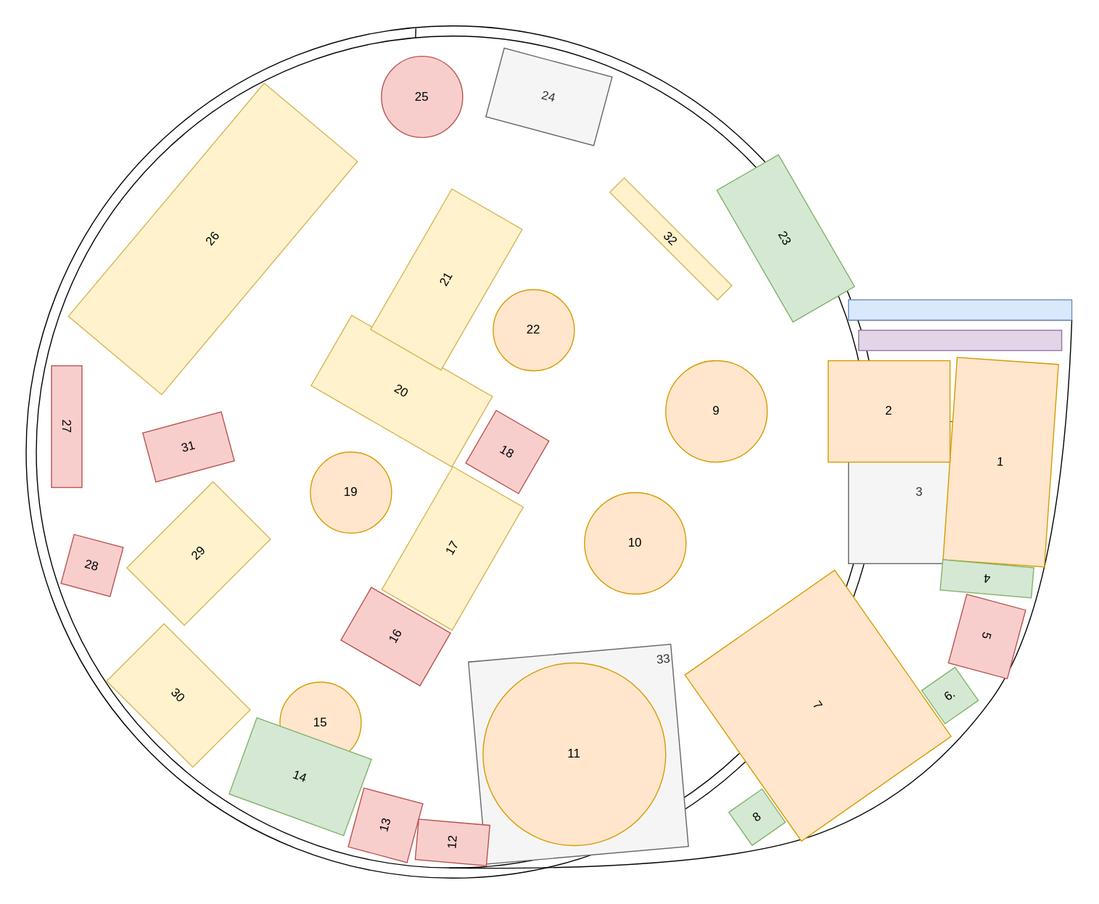
Earlier version of the draw.io export room/roomplan.svg (SamuelNoesslboeck/workshop). Source tidied: cells renumbered, new cells last; positions are measured from the earlier drawing's top-left corner, leaving out a move shared by most shapes.
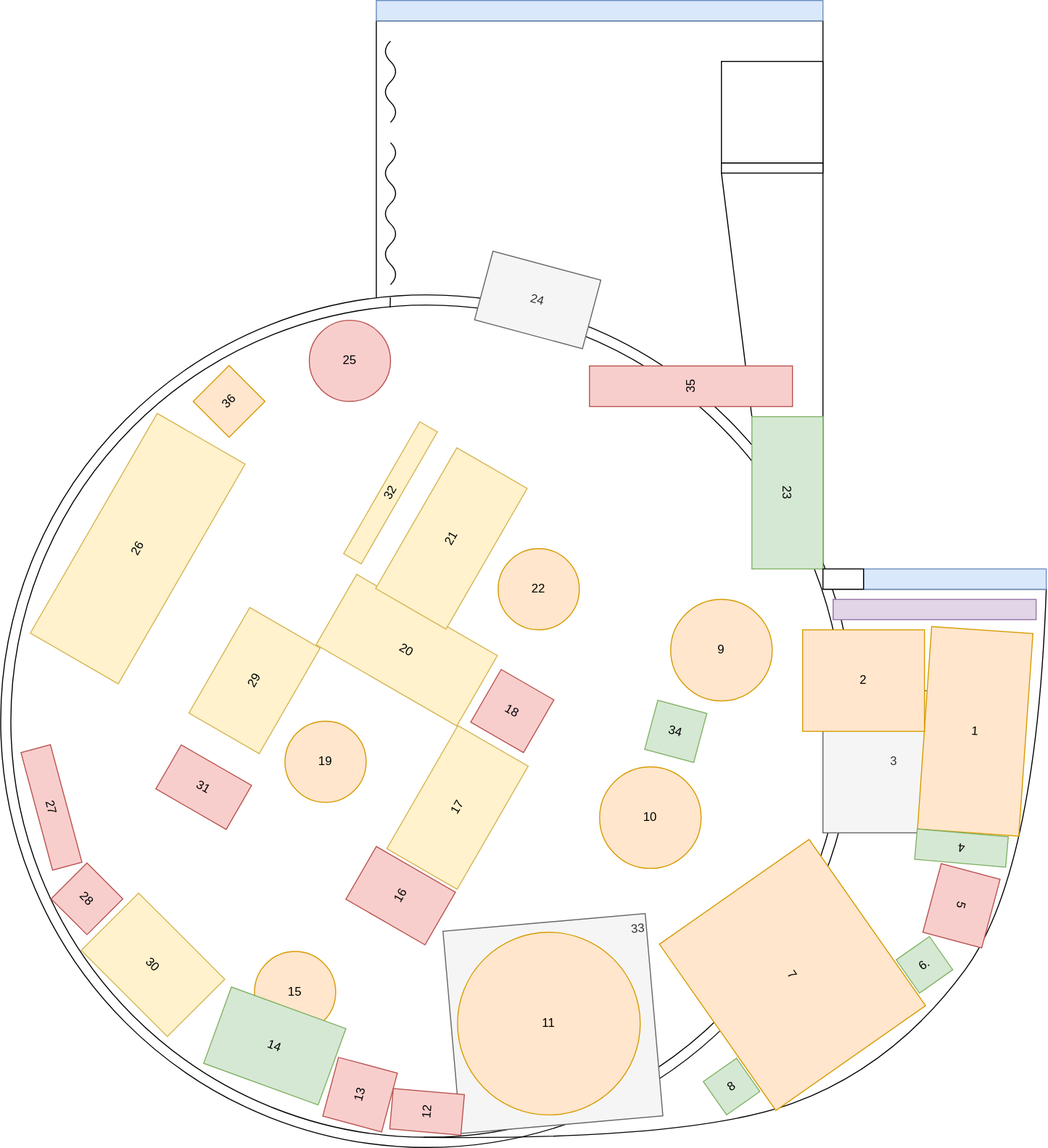
The same diagram one commit later.

Diff of the diagram source:
```diff
@@ -2,6 +2,12 @@
   <root>
     <mxCell id="0" />
     <mxCell id="1" parent="0" />
+    <mxCell id="42" style="rounded=0;whiteSpace=wrap;html=1;" parent="1" vertex="1">
+      <mxGeometry x="390" y="-270" width="440" height="560" as="geometry" />
+    </mxCell>
+    <mxCell id="43" style="endArrow=none;html=1;rounded=0;exitX=0;exitY=1;exitDx=0;exitDy=0;entryX=0;entryY=1;entryDx=0;entryDy=0;" parent="1" edge="1" source="12" target="46">
+      <mxGeometry relative="1" as="geometry" />
+    </mxCell>
     <mxCell id="2" style="ellipse;whiteSpace=wrap;html=1;" parent="1" vertex="1">
       <mxGeometry x="20" width="840" height="840" as="geometry" />
     </mxCell>
@@ -31,22 +37,22 @@
       </mxGeometry>
     </mxCell>
     <mxCell id="8" value="20" style="rounded=0;whiteSpace=wrap;html=1;rotation=30;fillColor=#fff2cc;strokeColor=#d6b656;" parent="1" vertex="1">
-      <mxGeometry x="310" y="320" width="160" height="80" as="geometry" />
+      <mxGeometry x="340" y="310" width="160" height="80" as="geometry" />
     </mxCell>
     <mxCell id="9" style="rounded=0;whiteSpace=wrap;html=1;fillColor=#dae8fc;strokeColor=#6c8ebf;" parent="1" vertex="1">
-      <mxGeometry x="830" y="270" width="220" height="20" as="geometry" />
+      <mxGeometry x="870" y="270" width="180" height="20" as="geometry" />
     </mxCell>
     <mxCell id="10" style="rounded=0;whiteSpace=wrap;html=1;fillColor=#e1d5e7;strokeColor=#9673a6;" parent="1" vertex="1">
       <mxGeometry x="840" y="300" width="200" height="20" as="geometry" />
     </mxCell>
     <mxCell id="11" value="9" style="ellipse;whiteSpace=wrap;html=1;fillColor=#ffe6cc;strokeColor=#d79b00;" parent="1" vertex="1">
-      <mxGeometry x="650" y="330" width="100" height="100" as="geometry" />
+      <mxGeometry x="680" y="300" width="100" height="100" as="geometry" />
     </mxCell>
-    <mxCell id="12" value="23" style="rounded=0;whiteSpace=wrap;html=1;rotation=60;fillColor=#d5e8d4;strokeColor=#82b366;" parent="1" vertex="1">
-      <mxGeometry x="693.2" y="174.5" width="150" height="70" as="geometry" />
+    <mxCell id="12" value="23" style="rounded=0;whiteSpace=wrap;html=1;rotation=90;fillColor=#d5e8d4;strokeColor=#82b366;" parent="1" vertex="1">
+      <mxGeometry x="720" y="160" width="150" height="70" as="geometry" />
     </mxCell>
     <mxCell id="13" value="10" style="ellipse;whiteSpace=wrap;html=1;fillColor=#ffe6cc;strokeColor=#d79b00;" parent="1" vertex="1">
-      <mxGeometry x="570" y="460" width="100" height="100" as="geometry" />
+      <mxGeometry x="610" y="465" width="100" height="100" as="geometry" />
     </mxCell>
     <mxCell id="14" value="7" style="rounded=0;whiteSpace=wrap;html=1;rotation=55;fillColor=#ffe6cc;strokeColor=#d79b00;" parent="1" vertex="1">
       <mxGeometry x="700" y="580" width="200" height="180" as="geometry" />
@@ -67,7 +73,7 @@
       <mxGeometry x="344" y="757.9" width="60" height="60" as="geometry" />
     </mxCell>
     <mxCell id="20" value="16" style="rounded=0;whiteSpace=wrap;html=1;rotation=-60;fillColor=#f8cecc;strokeColor=#b85450;" parent="1" vertex="1">
-      <mxGeometry x="354" y="556.9" width="60" height="90" as="geometry" />
+      <mxGeometry x="384" y="546.9" width="60" height="90" as="geometry" />
     </mxCell>
     <mxCell id="21" value="30" style="rounded=0;whiteSpace=wrap;html=1;rotation=45;fillColor=#fff2cc;strokeColor=#d6b656;" parent="1" vertex="1">
       <mxGeometry x="110" y="620" width="120" height="80" as="geometry" />
@@ -84,29 +90,29 @@
     <mxCell id="25" value="4" style="rounded=0;whiteSpace=wrap;html=1;rotation=-175;fillColor=#d5e8d4;strokeColor=#82b366;" parent="1" vertex="1">
       <mxGeometry x="921.5" y="530" width="90" height="30" as="geometry" />
     </mxCell>
-    <mxCell id="26" value="26" style="rounded=0;whiteSpace=wrap;html=1;rotation=310;fillColor=#fff2cc;strokeColor=#d6b656;" parent="1" vertex="1">
-      <mxGeometry x="54" y="150" width="300" height="120" as="geometry" />
+    <mxCell id="26" value="26" style="rounded=0;whiteSpace=wrap;html=1;rotation=-60;fillColor=#fff2cc;strokeColor=#d6b656;" parent="1" vertex="1">
+      <mxGeometry x="30" y="200" width="250" height="100" as="geometry" />
     </mxCell>
-    <mxCell id="27" value="27" style="rounded=0;whiteSpace=wrap;html=1;rotation=90;fillColor=#f8cecc;strokeColor=#b85450;" parent="1" vertex="1">
-      <mxGeometry y="380" width="120" height="30" as="geometry" />
+    <mxCell id="27" value="27" style="rounded=0;whiteSpace=wrap;html=1;rotation=75;fillColor=#f8cecc;strokeColor=#b85450;" parent="1" vertex="1">
+      <mxGeometry x="10" y="490" width="120" height="30" as="geometry" />
     </mxCell>
-    <mxCell id="28" value="28" style="rounded=0;whiteSpace=wrap;html=1;rotation=15;fillColor=#f8cecc;strokeColor=#b85450;" parent="1" vertex="1">
-      <mxGeometry x="60" y="506.9" width="50" height="50" as="geometry" />
+    <mxCell id="28" value="28" style="rounded=0;whiteSpace=wrap;html=1;rotation=45;fillColor=#f8cecc;strokeColor=#b85450;" parent="1" vertex="1">
+      <mxGeometry x="80" y="570" width="50" height="50" as="geometry" />
     </mxCell>
     <mxCell id="29" value="17" style="rounded=0;whiteSpace=wrap;html=1;rotation=300;fillColor=#fff2cc;strokeColor=#d6b656;" parent="1" vertex="1">
-      <mxGeometry x="370" y="475" width="140" height="80" as="geometry" />
+      <mxGeometry x="400" y="465" width="140" height="80" as="geometry" />
     </mxCell>
     <mxCell id="30" value="18" style="rounded=0;whiteSpace=wrap;html=1;rotation=30;fillColor=#f8cecc;strokeColor=#b85450;" parent="1" vertex="1">
-      <mxGeometry x="464" y="390" width="60" height="60" as="geometry" />
+      <mxGeometry x="494" y="380" width="60" height="60" as="geometry" />
     </mxCell>
     <mxCell id="31" value="21" style="rounded=0;whiteSpace=wrap;html=1;rotation=300;fillColor=#fff2cc;strokeColor=#d6b656;" parent="1" vertex="1">
-      <mxGeometry x="354" y="210" width="160" height="80" as="geometry" />
+      <mxGeometry x="384" y="200" width="160" height="80" as="geometry" />
     </mxCell>
     <mxCell id="32" value="19" style="ellipse;whiteSpace=wrap;html=1;fillColor=#ffe6cc;strokeColor=#d79b00;" parent="1" vertex="1">
       <mxGeometry x="300" y="420" width="80" height="80" as="geometry" />
     </mxCell>
     <mxCell id="33" value="22" style="ellipse;whiteSpace=wrap;html=1;fillColor=#ffe6cc;strokeColor=#d79b00;" parent="1" vertex="1">
-      <mxGeometry x="480" y="260" width="80" height="80" as="geometry" />
+      <mxGeometry x="510" y="250" width="80" height="80" as="geometry" />
     </mxCell>
     <mxCell id="34" style="endArrow=none;html=1;rounded=0;entryX=0.457;entryY=0.003;entryDx=0;entryDy=0;entryPerimeter=0;" parent="1" edge="1" target="2">
       <mxGeometry relative="1" as="geometry">
@@ -117,22 +123,70 @@
       <mxGeometry x="470" y="627.9" width="180" height="180" as="geometry" />
     </mxCell>
     <mxCell id="36" value="25" style="ellipse;whiteSpace=wrap;html=1;fillColor=#f8cecc;strokeColor=#b85450;" parent="1" vertex="1">
-      <mxGeometry x="370" y="30" width="80" height="80" as="geometry" />
+      <mxGeometry x="324" y="25" width="80" height="80" as="geometry" />
     </mxCell>
     <mxCell id="37" value="24" style="rounded=0;whiteSpace=wrap;html=1;fillColor=#f5f5f5;strokeColor=#666666;fontColor=#333333;rotation=15;" parent="1" vertex="1">
-      <mxGeometry x="480" y="35" width="110" height="70" as="geometry" />
+      <mxGeometry x="494" y="-30" width="110" height="70" as="geometry" />
     </mxCell>
     <mxCell id="38" value="12" style="rounded=0;whiteSpace=wrap;html=1;rotation=-85;fillColor=#f8cecc;strokeColor=#b85450;" parent="1" vertex="1">
       <mxGeometry x="420" y="769.7" width="40" height="70.3" as="geometry" />
     </mxCell>
-    <mxCell id="39" value="29" style="rounded=0;whiteSpace=wrap;html=1;rotation=315;fillColor=#fff2cc;strokeColor=#d6b656;" parent="1" vertex="1">
-      <mxGeometry x="130" y="480" width="120" height="80" as="geometry" />
+    <mxCell id="39" value="29" style="rounded=0;whiteSpace=wrap;html=1;rotation=-60;fillColor=#fff2cc;strokeColor=#d6b656;" parent="1" vertex="1">
+      <mxGeometry x="210" y="340" width="120" height="80" as="geometry" />
     </mxCell>
-    <mxCell id="40" value="31" style="rounded=0;whiteSpace=wrap;html=1;rotation=-15;fillColor=#f8cecc;strokeColor=#b85450;" parent="1" vertex="1">
-      <mxGeometry x="140" y="390" width="80" height="50" as="geometry" />
+    <mxCell id="40" value="31" style="rounded=0;whiteSpace=wrap;html=1;rotation=30;fillColor=#f8cecc;strokeColor=#b85450;" parent="1" vertex="1">
+      <mxGeometry x="180" y="460" width="80" height="50" as="geometry" />
     </mxCell>
-    <mxCell id="41" value="32" style="rounded=0;whiteSpace=wrap;html=1;rotation=45;fillColor=#fff2cc;strokeColor=#d6b656;" parent="1" vertex="1">
-      <mxGeometry x="580" y="200" width="150" height="20" as="geometry" />
+    <mxCell id="41" value="32" style="rounded=0;whiteSpace=wrap;html=1;rotation=-60;fillColor=#fff2cc;strokeColor=#d6b656;" parent="1" vertex="1">
+      <mxGeometry x="329" y="185" width="150" height="20" as="geometry" />
     </mxCell>
+    <mxCell id="44" value="34" style="rounded=0;whiteSpace=wrap;html=1;rotation=15;fillColor=#d5e8d4;strokeColor=#82b366;" parent="1" vertex="1">
+      <mxGeometry x="660" y="405" width="50" height="50" as="geometry" />
+    </mxCell>
+    <mxCell id="45" value="35" style="rounded=0;whiteSpace=wrap;html=1;rotation=-90;fillColor=#f8cecc;strokeColor=#b85450;" parent="1" vertex="1">
+      <mxGeometry x="680" y="-10" width="40" height="200" as="geometry" />
+    </mxCell>
+    <mxCell id="46" style="rounded=0;whiteSpace=wrap;html=1;" parent="1" vertex="1">
+      <mxGeometry x="730" y="-130" width="100" height="10" as="geometry" />
+    </mxCell>
+    <mxCell id="47" style="rounded=0;whiteSpace=wrap;html=1;" parent="1" vertex="1">
+      <mxGeometry x="830" y="270" width="40" height="20" as="geometry" />
+    </mxCell>
+    <mxCell id="48" style="rounded=0;whiteSpace=wrap;html=1;" parent="1" vertex="1">
+      <mxGeometry x="730" y="-230" width="100" height="100" as="geometry" />
+    </mxCell>
+    <mxCell id="49" style="rounded=0;whiteSpace=wrap;html=1;fillColor=#dae8fc;strokeColor=#6c8ebf;" parent="1" vertex="1">
+      <mxGeometry x="390" y="-290" width="440" height="20" as="geometry" />
+    </mxCell>
+    <mxCell id="50" style="curved=1;endArrow=none;html=1;rounded=0;endFill=0;" parent="1" edge="1">
+      <mxGeometry relative="1" as="geometry">
+        <mxPoint x="404" y="-10" as="sourcePoint" />
+        <mxPoint x="404" y="-150" as="targetPoint" />
+        <Array as="points">
+          <mxPoint x="414" y="-20" />
+          <mxPoint x="394" y="-40" />
+          <mxPoint x="414" y="-60" />
+          <mxPoint x="394" y="-80" />
+          <mxPoint x="414" y="-100" />
+          <mxPoint x="394" y="-120" />
+          <mxPoint x="414" y="-140" />
+        </Array>
+      </mxGeometry>
+    </mxCell>
+    <mxCell id="51" style="curved=1;endArrow=none;html=1;rounded=0;endFill=0;" parent="1" edge="1">
+      <mxGeometry relative="1" as="geometry">
+        <mxPoint x="404" y="-170" as="sourcePoint" />
+        <mxPoint x="404" y="-250" as="targetPoint" />
+        <Array as="points">
+          <mxPoint x="414" y="-180" />
+          <mxPoint x="394" y="-200" />
+          <mxPoint x="414" y="-220" />
+          <mxPoint x="394" y="-240" />
+        </Array>
+      </mxGeometry>
+    </mxCell>
+    <mxCell id="52" value="36" style="rounded=0;whiteSpace=wrap;html=1;fillColor=#ffe6cc;strokeColor=#d79b00;rotation=-45;" parent="1" vertex="1">
+      <mxGeometry x="220" y="80" width="50" height="50" as="geometry" />
+    </mxCell>
   </root>
 </mxGraphModel>
```
